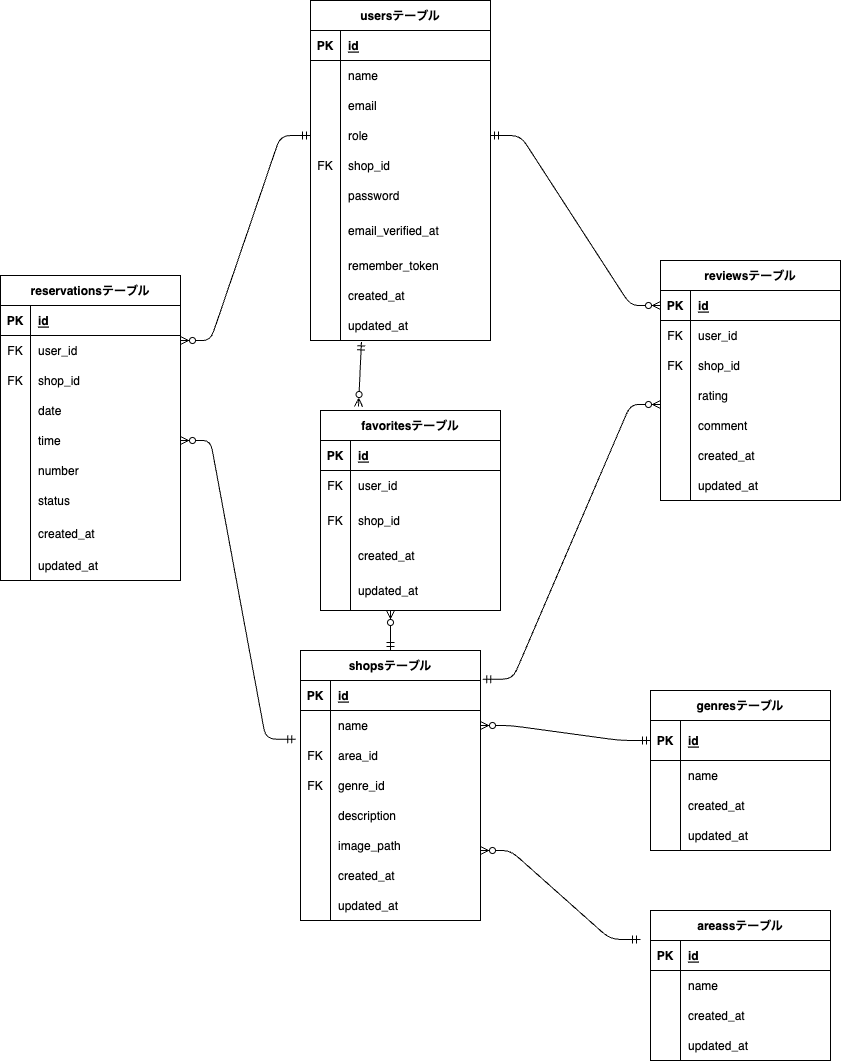
Above: src/erd.drawio.png in kngshi/sim_rese (draw.io), before the change. Source tidied: cells renumbered, new cells last; positions are measured from the earlier drawing's top-left corner, leaving out a move shared by most shapes.
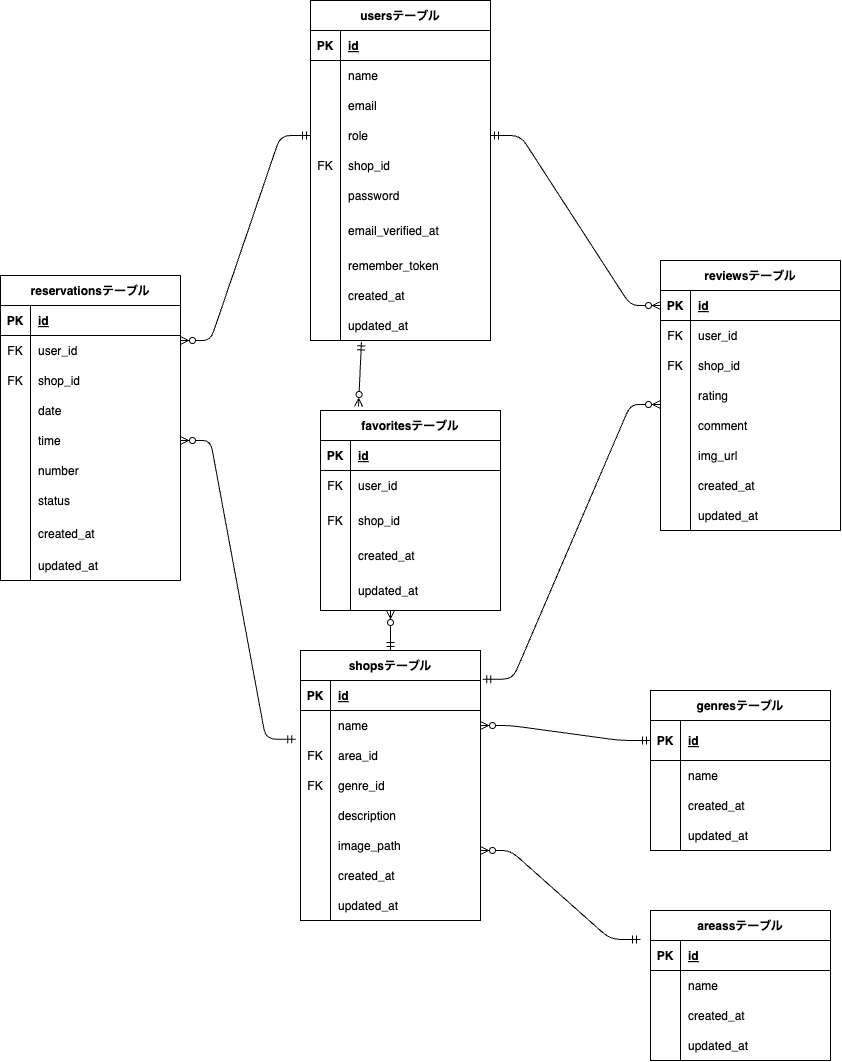
Above is the later version.

Commit message:
fix:ER図の修正、AdminControllerの修正(バリデーションの変更)

Diff of the diagram source:
```diff
@@ -174,7 +174,7 @@
       <mxGeometry x="30" width="150" height="30" as="geometry" />
     </mxCell>
     <mxCell id="59" value="reviewsテーブル" style="shape=table;startSize=30;rowLines=0;fontStyle=1;align=center;" parent="1" vertex="1">
-      <mxGeometry x="660" y="260" width="180" height="240" as="geometry" />
+      <mxGeometry x="660" y="260" width="180" height="270" as="geometry" />
     </mxCell>
     <mxCell id="60" style="shape=tableRow;horizontal=0;startSize=0;swimlaneHead=0;swimlaneBody=0;fillColor=none;points=[[0,0.5],[1,0.5]];portConstraint=eastwest;top=0;left=0;right=0;bottom=1;" parent="59" vertex="1">
       <mxGeometry y="30" width="180" height="30" as="geometry" />
@@ -221,8 +221,17 @@
     <mxCell id="74" value="comment" style="shape=partialRectangle;fillColor=none;top=0;left=0;bottom=0;right=0;align=left;spacingLeft=6;overflow=hidden;" parent="72" vertex="1">
       <mxGeometry x="30" width="150" height="30" as="geometry" />
     </mxCell>
+    <mxCell id="158" style="shape=tableRow;horizontal=0;startSize=0;swimlaneHead=0;swimlaneBody=0;fillColor=none;top=0;left=0;right=0;bottom=0;" parent="59" vertex="1">
+      <mxGeometry y="180" width="180" height="30" as="geometry" />
+    </mxCell>
+    <mxCell id="159" style="shape=partialRectangle;fillColor=none;top=0;left=0;bottom=0;right=0;overflow=hidden;" parent="158" vertex="1">
+      <mxGeometry width="30" height="30" as="geometry" />
+    </mxCell>
+    <mxCell id="160" value="img_url" style="shape=partialRectangle;fillColor=none;top=0;left=0;bottom=0;right=0;align=left;spacingLeft=6;overflow=hidden;" parent="158" vertex="1">
+      <mxGeometry x="30" width="150" height="30" as="geometry" />
+    </mxCell>
     <mxCell id="75" style="shape=tableRow;horizontal=0;startSize=0;swimlaneHead=0;swimlaneBody=0;fillColor=none;top=0;left=0;right=0;bottom=0;" parent="59" vertex="1">
-      <mxGeometry y="180" width="180" height="30" as="geometry" />
+      <mxGeometry y="210" width="180" height="30" as="geometry" />
     </mxCell>
     <mxCell id="76" style="shape=partialRectangle;fillColor=none;top=0;left=0;bottom=0;right=0;overflow=hidden;" parent="75" vertex="1">
       <mxGeometry width="30" height="30" as="geometry" />
@@ -231,7 +240,7 @@
       <mxGeometry x="30" width="150" height="30" as="geometry" />
     </mxCell>
     <mxCell id="78" style="shape=tableRow;horizontal=0;startSize=0;swimlaneHead=0;swimlaneBody=0;fillColor=none;top=0;left=0;right=0;bottom=0;" parent="59" vertex="1">
-      <mxGeometry y="210" width="180" height="30" as="geometry" />
+      <mxGeometry y="240" width="180" height="30" as="geometry" />
     </mxCell>
     <mxCell id="79" style="shape=partialRectangle;fillColor=none;top=0;left=0;bottom=0;right=0;overflow=hidden;" parent="78" vertex="1">
       <mxGeometry width="30" height="30" as="geometry" />
```
